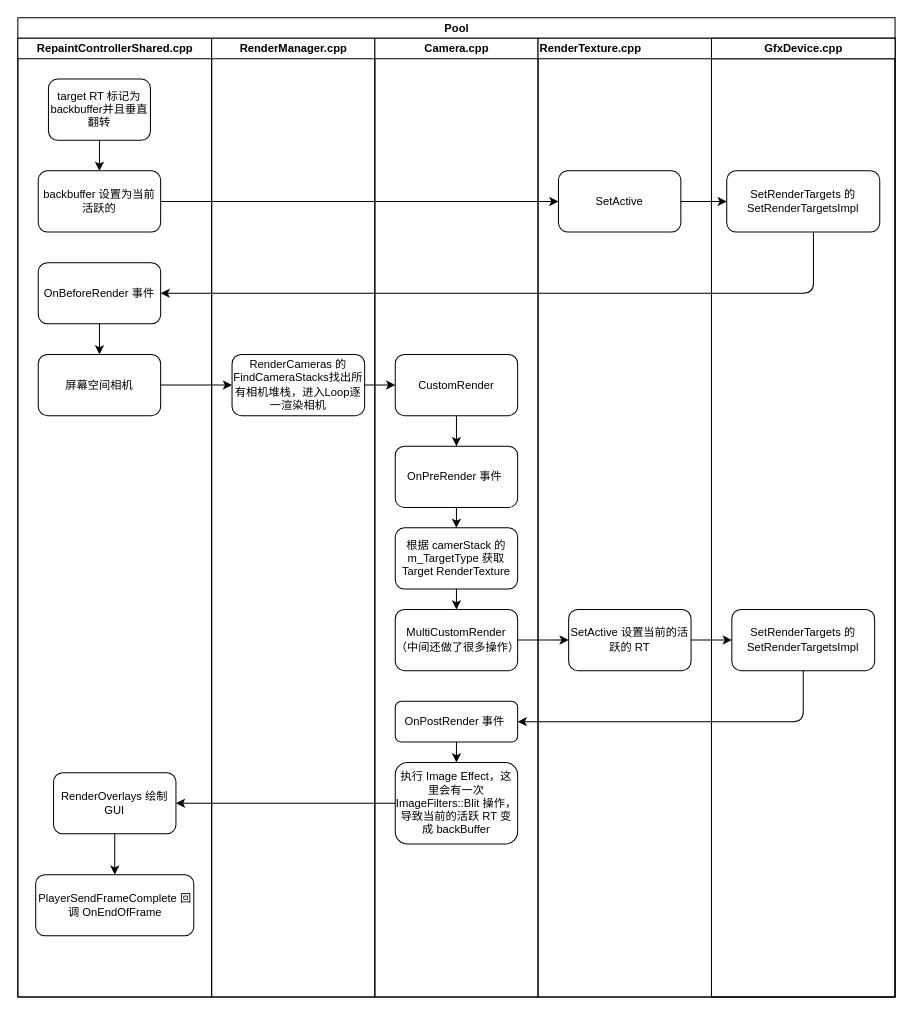
This is project/Untitled Diagram.drawio from JarYe/repo, a draw.io file, before an edit. Source tidied: cells renumbered, new cells numbered last; positions are measured from the earlier drawing's top-left corner, leaving out a move shared by most shapes. Both pictures are drawn from the tidied source at 102%, with x=0, y=0 at pixel (17, 17).
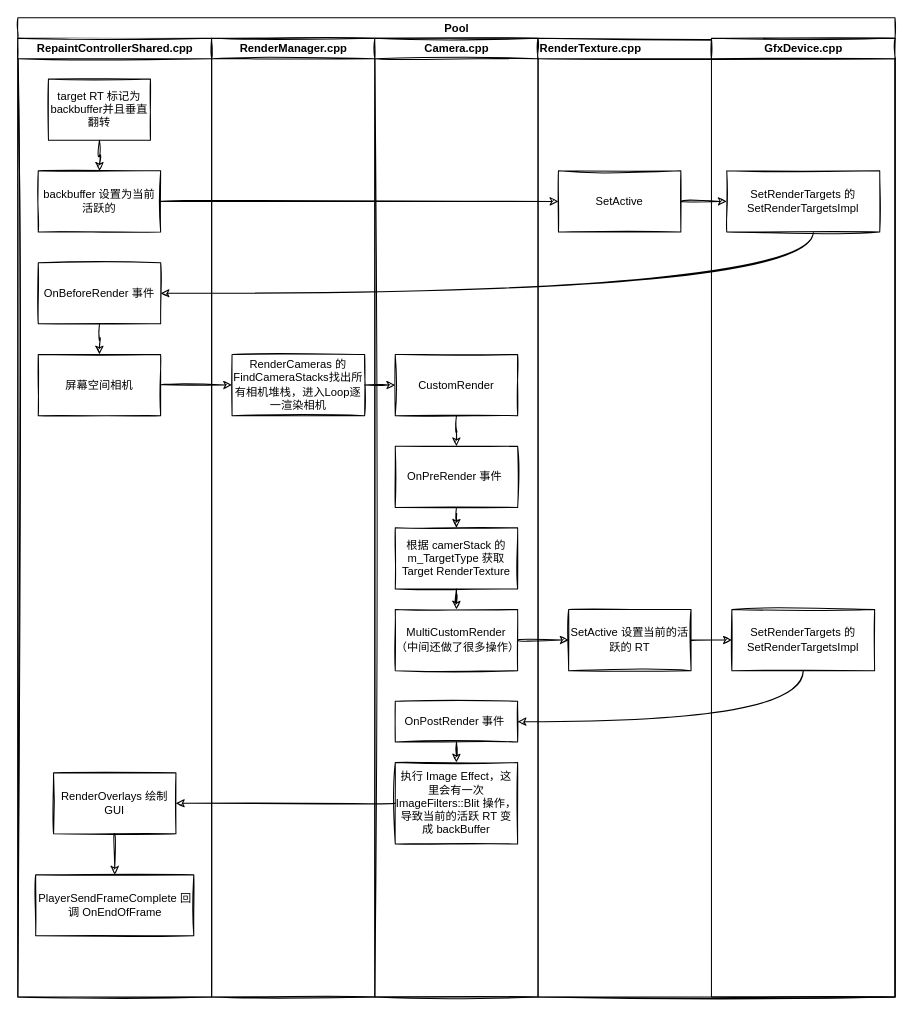
The same diagram, later.

Diff of the diagram source:
```diff
@@
-<mxGraphModel background="#ffffff">
+<mxGraphModel>
@@
-    <mxCell id="2" value="Pool" style="swimlane;html=1;startSize=20;rounded=0;shadow=0;labelBackgroundColor=none;strokeWidth=1;fontFamily=Helvetica;fontSize=11;align=center;" parent="1" vertex="1">
+    <mxCell id="2" value="Pool" style="swimlane;html=1;startSize=20;shadow=0;labelBackgroundColor=none;strokeWidth=1;fontFamily=Helvetica;fontSize=11;align=center;sketch=1;" parent="1" vertex="1">
       <mxGeometry width="860" height="960" as="geometry" />
     </mxCell>
-    <mxCell id="3" value="RepaintControllerShared.cpp" style="swimlane;html=1;startSize=20;fontSize=11;fontFamily=Helvetica;" parent="2" vertex="1">
+    <mxCell id="3" value="RepaintControllerShared.cpp" style="swimlane;html=1;startSize=20;fontSize=11;fontFamily=Helvetica;sketch=1;" parent="2" vertex="1">
       <mxGeometry y="20" width="190" height="940" as="geometry" />
     </mxCell>
-    <mxCell id="4" value="target RT 标记为 backbuffer并且垂直翻转" style="rounded=1;whiteSpace=wrap;html=1;shadow=0;labelBackgroundColor=none;strokeWidth=1;fontFamily=Helvetica;fontSize=11;align=center;labelPosition=center;verticalLabelPosition=middle;verticalAlign=middle;" parent="3" vertex="1">
+    <mxCell id="4" value="target RT 标记为 backbuffer并且垂直翻转" style="whiteSpace=wrap;html=1;shadow=0;labelBackgroundColor=none;strokeWidth=1;fontFamily=Helvetica;fontSize=11;align=center;labelPosition=center;verticalLabelPosition=middle;verticalAlign=middle;sketch=1;" parent="3" vertex="1">
       <mxGeometry x="30" y="40" width="100" height="60" as="geometry" />
     </mxCell>
-    <mxCell id="5" value="backbuffer 设置为当前活跃的" style="rounded=1;whiteSpace=wrap;html=1;shadow=0;fontFamily=Helvetica;fontSize=11;strokeWidth=1;align=center;labelPosition=center;verticalLabelPosition=middle;verticalAlign=middle;" parent="3" vertex="1">
+    <mxCell id="5" value="backbuffer 设置为当前活跃的" style="whiteSpace=wrap;html=1;shadow=0;fontFamily=Helvetica;fontSize=11;strokeWidth=1;align=center;labelPosition=center;verticalLabelPosition=middle;verticalAlign=middle;sketch=1;" parent="3" vertex="1">
       <mxGeometry x="20" y="130" width="120" height="60" as="geometry" />
     </mxCell>
-    <mxCell id="6" style="edgeStyle=orthogonalEdgeStyle;rounded=1;jettySize=auto;html=1;align=center;labelPosition=center;verticalLabelPosition=middle;verticalAlign=middle;fontSize=11;fontFamily=Helvetica;" parent="3" edge="1" source="4" target="5">
+    <mxCell id="6" style="edgeStyle=orthogonalEdgeStyle;jettySize=auto;html=1;align=center;labelPosition=center;verticalLabelPosition=middle;verticalAlign=middle;fontSize=11;fontFamily=Helvetica;sketch=1;curved=1;" parent="3" edge="1" source="4" target="5">
       <mxGeometry relative="1" as="geometry" />
     </mxCell>
-    <mxCell id="7" value="&lt;span style=&quot;font-size: 11px;&quot;&gt;OnBeforeRender 事件&lt;/span&gt;" style="whiteSpace=wrap;html=1;rounded=1;shadow=0;fontFamily=Helvetica;fontSize=11;strokeWidth=1;" parent="3" vertex="1">
+    <mxCell id="7" value="&lt;span style=&quot;font-size: 11px;&quot;&gt;OnBeforeRender 事件&lt;/span&gt;" style="whiteSpace=wrap;html=1;shadow=0;fontFamily=Helvetica;fontSize=11;strokeWidth=1;sketch=1;" parent="3" vertex="1">
       <mxGeometry x="20" y="220" width="120" height="60" as="geometry" />
     </mxCell>
-    <mxCell id="8" value="屏幕空间相机" style="whiteSpace=wrap;html=1;rounded=1;shadow=0;fontFamily=Helvetica;fontSize=11;strokeWidth=1;" parent="3" vertex="1">
+    <mxCell id="8" value="屏幕空间相机" style="whiteSpace=wrap;html=1;shadow=0;fontFamily=Helvetica;fontSize=11;strokeWidth=1;sketch=1;" parent="3" vertex="1">
       <mxGeometry x="20" y="310" width="120" height="60" as="geometry" />
     </mxCell>
-    <mxCell id="9" style="edgeStyle=orthogonalEdgeStyle;rounded=1;jettySize=auto;html=1;align=center;fontSize=11;fontFamily=Helvetica;" parent="3" edge="1" source="7" target="8">
+    <mxCell id="9" style="edgeStyle=orthogonalEdgeStyle;jettySize=auto;html=1;align=center;fontSize=11;fontFamily=Helvetica;sketch=1;curved=1;" parent="3" edge="1" source="7" target="8">
       <mxGeometry relative="1" as="geometry" />
     </mxCell>
-    <mxCell id="10" value="&lt;span style=&quot;font-size: 11px&quot;&gt;RenderOverlays 绘制 GUI&lt;/span&gt;" style="whiteSpace=wrap;html=1;rounded=1;shadow=0;fontSize=11;strokeWidth=1;" parent="3" vertex="1">
+    <mxCell id="10" value="&lt;span style=&quot;font-size: 11px&quot;&gt;RenderOverlays 绘制 GUI&lt;/span&gt;" style="whiteSpace=wrap;html=1;shadow=0;fontSize=11;strokeWidth=1;sketch=1;" parent="3" vertex="1">
       <mxGeometry x="35" y="720" width="120" height="60" as="geometry" />
     </mxCell>
-    <mxCell id="11" value="&lt;span style=&quot;font-size: 11px&quot;&gt;PlayerSendFrameComplete 回调 OnEndOfFrame&lt;/span&gt;" style="whiteSpace=wrap;html=1;rounded=1;shadow=0;fontSize=11;strokeWidth=1;" parent="3" vertex="1">
+    <mxCell id="11" value="&lt;span style=&quot;font-size: 11px&quot;&gt;PlayerSendFrameComplete 回调 OnEndOfFrame&lt;/span&gt;" style="whiteSpace=wrap;html=1;shadow=0;fontSize=11;strokeWidth=1;sketch=1;" parent="3" vertex="1">
       <mxGeometry x="17.5" y="820" width="155" height="60" as="geometry" />
     </mxCell>
-    <mxCell id="12" style="edgeStyle=orthogonalEdgeStyle;rounded=1;jettySize=auto;html=1;fontFamily=Helvetica;fontSize=11;align=center;" parent="3" edge="1" source="10" target="11">
+    <mxCell id="12" style="edgeStyle=orthogonalEdgeStyle;jettySize=auto;html=1;fontFamily=Helvetica;fontSize=11;align=center;sketch=1;curved=1;" parent="3" edge="1" source="10" target="11">
       <mxGeometry relative="1" as="geometry" />
     </mxCell>
-    <mxCell id="13" value="RenderManager.cpp" style="swimlane;html=1;startSize=20;fontSize=11;fontFamily=Helvetica;" parent="2" vertex="1">
+    <mxCell id="13" value="RenderManager.cpp" style="swimlane;html=1;startSize=20;fontSize=11;fontFamily=Helvetica;sketch=1;" parent="2" vertex="1">
       <mxGeometry x="190" y="20" width="160" height="940" as="geometry" />
     </mxCell>
-    <mxCell id="14" value="RenderCameras 的FindCameraStacks找出所有相机堆栈，进入Loop逐一渲染相机" style="whiteSpace=wrap;html=1;rounded=1;shadow=0;fontFamily=Helvetica;fontSize=11;strokeWidth=1;" parent="13" vertex="1">
+    <mxCell id="14" value="RenderCameras 的FindCameraStacks找出所有相机堆栈，进入Loop逐一渲染相机" style="whiteSpace=wrap;html=1;shadow=0;fontFamily=Helvetica;fontSize=11;strokeWidth=1;sketch=1;" parent="13" vertex="1">
       <mxGeometry x="20" y="310" width="130" height="60" as="geometry" />
     </mxCell>
-    <mxCell id="15" value="Camera.cpp" style="swimlane;html=1;startSize=20;fontSize=11;fontFamily=Helvetica;" parent="2" vertex="1">
+    <mxCell id="15" value="Camera.cpp" style="swimlane;html=1;startSize=20;fontSize=11;fontFamily=Helvetica;sketch=1;" parent="2" vertex="1">
       <mxGeometry x="350" y="20" width="160" height="940" as="geometry" />
     </mxCell>
-    <mxCell id="16" value="&lt;span style=&quot;font-size: 11px;&quot;&gt;CustomRender&lt;/span&gt;" style="whiteSpace=wrap;html=1;rounded=1;shadow=0;fontFamily=Helvetica;fontSize=11;strokeWidth=1;" parent="15" vertex="1">
+    <mxCell id="16" value="&lt;span style=&quot;font-size: 11px;&quot;&gt;CustomRender&lt;/span&gt;" style="whiteSpace=wrap;html=1;shadow=0;fontFamily=Helvetica;fontSize=11;strokeWidth=1;sketch=1;" parent="15" vertex="1">
       <mxGeometry x="20" y="310" width="120" height="60" as="geometry" />
     </mxCell>
-    <mxCell id="17" value="&lt;span style=&quot;font-size: 11px&quot;&gt;OnPreRender 事件&amp;nbsp;&lt;/span&gt;" style="whiteSpace=wrap;html=1;rounded=1;shadow=0;fontSize=11;strokeWidth=1;" parent="15" vertex="1">
+    <mxCell id="17" value="&lt;span style=&quot;font-size: 11px&quot;&gt;OnPreRender 事件&amp;nbsp;&lt;/span&gt;" style="whiteSpace=wrap;html=1;shadow=0;fontSize=11;strokeWidth=1;sketch=1;" parent="15" vertex="1">
       <mxGeometry x="20" y="400" width="120" height="60" as="geometry" />
     </mxCell>
-    <mxCell id="18" style="edgeStyle=orthogonalEdgeStyle;rounded=1;jettySize=auto;html=1;fontFamily=Helvetica;fontSize=11;align=center;" parent="15" edge="1" source="16" target="17">
+    <mxCell id="18" style="edgeStyle=orthogonalEdgeStyle;jettySize=auto;html=1;fontFamily=Helvetica;fontSize=11;align=center;sketch=1;curved=1;" parent="15" edge="1" source="16" target="17">
       <mxGeometry relative="1" as="geometry" />
     </mxCell>
-    <mxCell id="19" value="根据 camerStack 的m_TargetType 获取 Target RenderTexture" style="whiteSpace=wrap;html=1;rounded=1;shadow=0;fontSize=11;strokeWidth=1;" parent="15" vertex="1">
+    <mxCell id="19" value="根据 camerStack 的m_TargetType 获取 Target RenderTexture" style="whiteSpace=wrap;html=1;shadow=0;fontSize=11;strokeWidth=1;sketch=1;" parent="15" vertex="1">
       <mxGeometry x="20" y="480" width="120" height="60" as="geometry" />
     </mxCell>
-    <mxCell id="20" style="edgeStyle=orthogonalEdgeStyle;rounded=1;jettySize=auto;html=1;fontFamily=Helvetica;fontSize=11;align=center;" parent="15" edge="1" source="17" target="19">
+    <mxCell id="20" style="edgeStyle=orthogonalEdgeStyle;jettySize=auto;html=1;fontFamily=Helvetica;fontSize=11;align=center;sketch=1;curved=1;" parent="15" edge="1" source="17" target="19">
       <mxGeometry relative="1" as="geometry" />
     </mxCell>
-    <mxCell id="21" value="&lt;span style=&quot;font-size: 11px&quot;&gt;MultiCustomRender（中间还做了很多操作）&lt;/span&gt;" style="whiteSpace=wrap;html=1;rounded=1;shadow=0;fontSize=11;strokeWidth=1;" parent="15" vertex="1">
+    <mxCell id="21" value="&lt;span style=&quot;font-size: 11px&quot;&gt;MultiCustomRender（中间还做了很多操作）&lt;/span&gt;" style="whiteSpace=wrap;html=1;shadow=0;fontSize=11;strokeWidth=1;sketch=1;" parent="15" vertex="1">
       <mxGeometry x="20" y="560" width="120" height="60" as="geometry" />
     </mxCell>
-    <mxCell id="22" style="edgeStyle=orthogonalEdgeStyle;rounded=1;jettySize=auto;html=1;fontFamily=Helvetica;fontSize=11;align=center;" parent="15" edge="1" source="19" target="21">
+    <mxCell id="22" style="edgeStyle=orthogonalEdgeStyle;jettySize=auto;html=1;fontFamily=Helvetica;fontSize=11;align=center;sketch=1;curved=1;" parent="15" edge="1" source="19" target="21">
       <mxGeometry relative="1" as="geometry" />
     </mxCell>
-    <mxCell id="23" value="&lt;span&gt;OnPostRender 事件&amp;nbsp;&lt;/span&gt;" style="whiteSpace=wrap;html=1;rounded=1;shadow=0;fontSize=11;strokeWidth=1;" parent="15" vertex="1">
+    <mxCell id="23" value="&lt;span&gt;OnPostRender 事件&amp;nbsp;&lt;/span&gt;" style="whiteSpace=wrap;html=1;shadow=0;fontSize=11;strokeWidth=1;sketch=1;" parent="15" vertex="1">
       <mxGeometry x="20" y="650" width="120" height="40" as="geometry" />
     </mxCell>
-    <mxCell id="24" value="执行 Image Effect，这里会有一次 ImageFilters::Blit 操作，导致当前的活跃 RT 变成 backBuffer" style="whiteSpace=wrap;html=1;rounded=1;shadow=0;fontSize=11;strokeWidth=1;" parent="15" vertex="1">
+    <mxCell id="24" value="执行 Image Effect，这里会有一次 ImageFilters::Blit 操作，导致当前的活跃 RT 变成 backBuffer" style="whiteSpace=wrap;html=1;shadow=0;fontSize=11;strokeWidth=1;sketch=1;" parent="15" vertex="1">
       <mxGeometry x="20" y="710" width="120" height="80" as="geometry" />
     </mxCell>
-    <mxCell id="25" style="edgeStyle=orthogonalEdgeStyle;rounded=1;jettySize=auto;html=1;fontFamily=Helvetica;fontSize=11;align=center;" parent="15" edge="1" source="23" target="24">
+    <mxCell id="25" style="edgeStyle=orthogonalEdgeStyle;jettySize=auto;html=1;fontFamily=Helvetica;fontSize=11;align=center;sketch=1;curved=1;" parent="15" edge="1" source="23" target="24">
       <mxGeometry relative="1" as="geometry" />
     </mxCell>
-    <mxCell id="26" style="edgeStyle=orthogonalEdgeStyle;rounded=1;jettySize=auto;html=1;align=center;labelPosition=center;verticalLabelPosition=middle;verticalAlign=middle;fontSize=11;fontFamily=Helvetica;" parent="2" edge="1" source="5" target="31">
+    <mxCell id="26" style="edgeStyle=orthogonalEdgeStyle;jettySize=auto;html=1;align=center;labelPosition=center;verticalLabelPosition=middle;verticalAlign=middle;fontSize=11;fontFamily=Helvetica;sketch=1;curved=1;" parent="2" edge="1" source="5" target="31">
       <mxGeometry relative="1" as="geometry" />
     </mxCell>
-    <mxCell id="27" style="edgeStyle=orthogonalEdgeStyle;rounded=1;jettySize=auto;html=1;align=center;fontSize=11;fontFamily=Helvetica;" parent="2" edge="1" source="33" target="7">
+    <mxCell id="27" style="edgeStyle=orthogonalEdgeStyle;jettySize=auto;html=1;align=center;fontSize=11;fontFamily=Helvetica;sketch=1;curved=1;" parent="2" edge="1" source="33" target="7">
       <mxGeometry relative="1" as="geometry">
         <Array as="points">
           <mxPoint x="780" y="270" />
         </Array>
       </mxGeometry>
     </mxCell>
-    <mxCell id="28" style="edgeStyle=orthogonalEdgeStyle;rounded=1;jettySize=auto;html=1;align=center;fontSize=11;fontFamily=Helvetica;" parent="2" edge="1" source="8" target="14">
+    <mxCell id="28" style="edgeStyle=orthogonalEdgeStyle;jettySize=auto;html=1;align=center;fontSize=11;fontFamily=Helvetica;sketch=1;curved=1;" parent="2" edge="1" source="8" target="14">
       <mxGeometry relative="1" as="geometry" />
     </mxCell>
-    <mxCell id="29" style="edgeStyle=orthogonalEdgeStyle;rounded=1;jettySize=auto;html=1;align=center;fontSize=11;fontFamily=Helvetica;" parent="2" edge="1" source="14" target="16">
+    <mxCell id="29" style="edgeStyle=orthogonalEdgeStyle;jettySize=auto;html=1;align=center;fontSize=11;fontFamily=Helvetica;sketch=1;curved=1;" parent="2" edge="1" source="14" target="16">
       <mxGeometry relative="1" as="geometry" />
     </mxCell>
-    <mxCell id="30" value="RenderTexture.cpp" style="swimlane;html=1;startSize=20;fontSize=11;fontFamily=Helvetica;align=left;" parent="2" vertex="1">
+    <mxCell id="30" value="RenderTexture.cpp" style="swimlane;html=1;startSize=20;fontSize=11;fontFamily=Helvetica;align=left;sketch=1;" parent="2" vertex="1">
       <mxGeometry x="510" y="20" width="350" height="940" as="geometry" />
     </mxCell>
-    <mxCell id="31" value="&lt;span style=&quot;font-size: 11px;&quot;&gt;SetActive&lt;/span&gt;" style="whiteSpace=wrap;html=1;rounded=1;shadow=0;fontFamily=Helvetica;fontSize=11;strokeWidth=1;align=center;labelPosition=center;verticalLabelPosition=middle;verticalAlign=middle;" parent="30" vertex="1">
+    <mxCell id="31" value="&lt;span style=&quot;font-size: 11px;&quot;&gt;SetActive&lt;/span&gt;" style="whiteSpace=wrap;html=1;shadow=0;fontFamily=Helvetica;fontSize=11;strokeWidth=1;align=center;labelPosition=center;verticalLabelPosition=middle;verticalAlign=middle;sketch=1;" parent="30" vertex="1">
       <mxGeometry x="20" y="130" width="120" height="60" as="geometry" />
     </mxCell>
-    <mxCell id="32" value="GfxDevice.cpp" style="swimlane;html=1;startSize=20;fontSize=11;fontFamily=Helvetica;" parent="30" vertex="1">
+    <mxCell id="32" value="GfxDevice.cpp" style="swimlane;html=1;startSize=20;fontSize=11;fontFamily=Helvetica;sketch=1;" parent="30" vertex="1">
       <mxGeometry x="170" width="180" height="940" as="geometry" />
     </mxCell>
-    <mxCell id="33" value="&lt;span style=&quot;font-size: 11px;&quot;&gt;SetRenderTargets 的SetRenderTargetsImpl&lt;/span&gt;" style="whiteSpace=wrap;html=1;rounded=1;shadow=0;fontFamily=Helvetica;fontSize=11;strokeWidth=1;align=center;labelPosition=center;verticalLabelPosition=middle;verticalAlign=middle;" parent="32" vertex="1">
+    <mxCell id="33" value="&lt;span style=&quot;font-size: 11px;&quot;&gt;SetRenderTargets 的SetRenderTargetsImpl&lt;/span&gt;" style="whiteSpace=wrap;html=1;shadow=0;fontFamily=Helvetica;fontSize=11;strokeWidth=1;align=center;labelPosition=center;verticalLabelPosition=middle;verticalAlign=middle;sketch=1;" parent="32" vertex="1">
       <mxGeometry x="15" y="130" width="150" height="60" as="geometry" />
     </mxCell>
-    <mxCell id="34" value="&lt;span&gt;SetRenderTargets 的SetRenderTargetsImpl&lt;/span&gt;" style="whiteSpace=wrap;html=1;rounded=1;shadow=0;fontSize=11;strokeWidth=1;" parent="32" vertex="1">
+    <mxCell id="34" value="&lt;span&gt;SetRenderTargets 的SetRenderTargetsImpl&lt;/span&gt;" style="whiteSpace=wrap;html=1;shadow=0;fontSize=11;strokeWidth=1;sketch=1;" parent="32" vertex="1">
       <mxGeometry x="20" y="560" width="140" height="60" as="geometry" />
     </mxCell>
-    <mxCell id="35" style="edgeStyle=orthogonalEdgeStyle;rounded=1;jettySize=auto;html=1;align=center;labelPosition=center;verticalLabelPosition=middle;verticalAlign=middle;fontSize=11;fontFamily=Helvetica;" parent="30" edge="1" source="31" target="33">
+    <mxCell id="35" style="edgeStyle=orthogonalEdgeStyle;jettySize=auto;html=1;align=center;labelPosition=center;verticalLabelPosition=middle;verticalAlign=middle;fontSize=11;fontFamily=Helvetica;sketch=1;curved=1;" parent="30" edge="1" source="31" target="33">
       <mxGeometry relative="1" as="geometry" />
     </mxCell>
-    <mxCell id="36" style="edgeStyle=orthogonalEdgeStyle;rounded=1;jettySize=auto;html=1;fontFamily=Helvetica;fontSize=11;align=center;" parent="30" edge="1" source="37" target="34">
+    <mxCell id="36" style="edgeStyle=orthogonalEdgeStyle;jettySize=auto;html=1;fontFamily=Helvetica;fontSize=11;align=center;sketch=1;curved=1;" parent="30" edge="1" source="37" target="34">
       <mxGeometry relative="1" as="geometry" />
     </mxCell>
-    <mxCell id="37" value="&lt;span&gt;SetActive 设置当前的活跃的 RT&lt;/span&gt;" style="whiteSpace=wrap;html=1;rounded=1;shadow=0;fontSize=11;strokeWidth=1;" parent="30" vertex="1">
+    <mxCell id="37" value="&lt;span&gt;SetActive 设置当前的活跃的 RT&lt;/span&gt;" style="whiteSpace=wrap;html=1;shadow=0;fontSize=11;strokeWidth=1;sketch=1;" parent="30" vertex="1">
       <mxGeometry x="30" y="560" width="120" height="60" as="geometry" />
     </mxCell>
-    <mxCell id="38" style="edgeStyle=orthogonalEdgeStyle;rounded=1;jettySize=auto;html=1;fontFamily=Helvetica;fontSize=11;align=center;" parent="2" edge="1" source="21" target="37">
+    <mxCell id="38" style="edgeStyle=orthogonalEdgeStyle;jettySize=auto;html=1;fontFamily=Helvetica;fontSize=11;align=center;sketch=1;curved=1;" parent="2" edge="1" source="21" target="37">
       <mxGeometry relative="1" as="geometry" />
     </mxCell>
-    <mxCell id="39" style="edgeStyle=orthogonalEdgeStyle;rounded=1;jettySize=auto;html=1;fontFamily=Helvetica;fontSize=11;align=center;" parent="2" edge="1" source="34" target="23">
+    <mxCell id="39" style="edgeStyle=orthogonalEdgeStyle;jettySize=auto;html=1;fontFamily=Helvetica;fontSize=11;align=center;sketch=1;curved=1;" parent="2" edge="1" source="34" target="23">
       <mxGeometry relative="1" as="geometry">
         <Array as="points">
           <mxPoint x="770" y="690" />
         </Array>
       </mxGeometry>
     </mxCell>
-    <mxCell id="40" style="edgeStyle=orthogonalEdgeStyle;rounded=1;jettySize=auto;html=1;fontFamily=Helvetica;fontSize=11;align=center;" parent="2" edge="1" source="24" target="10">
+    <mxCell id="40" style="edgeStyle=orthogonalEdgeStyle;jettySize=auto;html=1;fontFamily=Helvetica;fontSize=11;align=center;sketch=1;curved=1;" parent="2" edge="1" source="24" target="10">
       <mxGeometry relative="1" as="geometry" />
     </mxCell>
```
